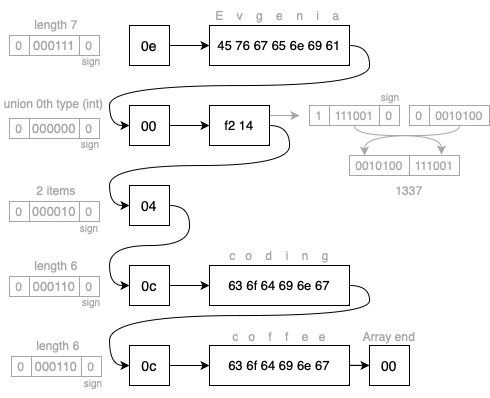
Genvekt/data-encoding-techniques keeps this draw.io diagram as images/avro.png. Above is the earlier version. Source tidied: cells renumbered, new cells last; positions are measured from the earlier drawing's top-left corner, leaving out a move shared by most shapes.
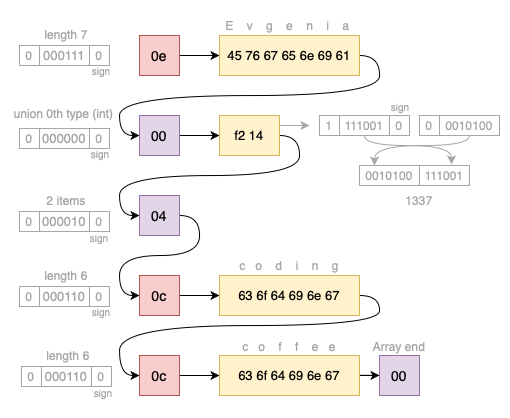
After the change.

Change to the diagram source:
```diff
@@ -5,13 +5,13 @@
     <mxCell id="2" style="edgeStyle=orthogonalEdgeStyle;rounded=0;jettySize=auto;html=1;" parent="1" edge="1" source="3" target="5">
       <mxGeometry relative="1" as="geometry" />
     </mxCell>
-    <mxCell id="3" value="&lt;font style=&quot;font-size: 14px;&quot;&gt;0e&lt;/font&gt;" style="rounded=0;whiteSpace=wrap;html=1;" parent="1" vertex="1">
+    <mxCell id="3" value="&lt;font style=&quot;font-size: 14px;&quot;&gt;0e&lt;/font&gt;" style="rounded=0;whiteSpace=wrap;html=1;fillColor=#f8cecc;strokeColor=#b85450;" parent="1" vertex="1">
       <mxGeometry x="128" y="25" width="40" height="40" as="geometry" />
     </mxCell>
     <mxCell id="4" style="edgeStyle=orthogonalEdgeStyle;rounded=0;jettySize=auto;html=1;entryX=0;entryY=0.5;entryDx=0;entryDy=0;exitX=1;exitY=0.5;exitDx=0;exitDy=0;curved=1;" parent="1" edge="1" source="5" target="8">
       <mxGeometry relative="1" as="geometry" />
     </mxCell>
-    <mxCell id="5" value="&lt;pre style=&quot;border-color: var(--border-color); text-align: start; color: rgb(169, 183, 198); font-family: &amp;quot;JetBrains Mono&amp;quot;, monospace; font-size: 9.8pt;&quot;&gt;&lt;pre style=&quot;border-color: var(--border-color); caret-color: rgb(0, 0, 0); color: rgb(0, 0, 0); font-size: 9.8pt;&quot;&gt;&lt;pre style=&quot;border-color: var(--border-color); font-size: 9.8pt;&quot;&gt;&lt;font style=&quot;border-color: var(--border-color);&quot; face=&quot;Helvetica&quot;&gt;45 76 67 65 6e 69 61&lt;/font&gt;&lt;/pre&gt;&lt;/pre&gt;&lt;/pre&gt;" style="rounded=0;whiteSpace=wrap;html=1;" parent="1" vertex="1">
+    <mxCell id="5" value="&lt;pre style=&quot;border-color: var(--border-color); text-align: start; color: rgb(169, 183, 198); font-family: &amp;quot;JetBrains Mono&amp;quot;, monospace; font-size: 9.8pt;&quot;&gt;&lt;pre style=&quot;border-color: var(--border-color); caret-color: rgb(0, 0, 0); color: rgb(0, 0, 0); font-size: 9.8pt;&quot;&gt;&lt;pre style=&quot;border-color: var(--border-color); font-size: 9.8pt;&quot;&gt;&lt;font style=&quot;border-color: var(--border-color);&quot; face=&quot;Helvetica&quot;&gt;45 76 67 65 6e 69 61&lt;/font&gt;&lt;/pre&gt;&lt;/pre&gt;&lt;/pre&gt;" style="rounded=0;whiteSpace=wrap;html=1;fillColor=#fff2cc;strokeColor=#d6b656;" parent="1" vertex="1">
       <mxGeometry x="208" y="25" width="140" height="40" as="geometry" />
     </mxCell>
     <mxCell id="6" value="&lt;font color=&quot;#a6a6a6&quot;&gt;E &amp;nbsp; &amp;nbsp;v &amp;nbsp; &amp;nbsp;g &amp;nbsp; &amp;nbsp;e &amp;nbsp; &amp;nbsp;n &amp;nbsp; &amp;nbsp;i &amp;nbsp; &amp;nbsp;a&amp;nbsp;&lt;/font&gt;" style="text;html=1;strokeColor=none;fillColor=none;align=center;verticalAlign=middle;whiteSpace=wrap;rounded=0;" parent="1" vertex="1">
@@ -20,7 +20,7 @@
     <mxCell id="7" style="edgeStyle=orthogonalEdgeStyle;rounded=0;jettySize=auto;html=1;entryX=0;entryY=0.5;entryDx=0;entryDy=0;" parent="1" edge="1" source="8" target="11">
       <mxGeometry relative="1" as="geometry" />
     </mxCell>
-    <mxCell id="8" value="&lt;font style=&quot;font-size: 14px;&quot;&gt;00&lt;/font&gt;" style="rounded=0;whiteSpace=wrap;html=1;" parent="1" vertex="1">
+    <mxCell id="8" value="&lt;font style=&quot;font-size: 14px;&quot;&gt;00&lt;/font&gt;" style="rounded=0;whiteSpace=wrap;html=1;fillColor=#e1d5e7;strokeColor=#9673a6;" parent="1" vertex="1">
       <mxGeometry x="128" y="105" width="40" height="40" as="geometry" />
     </mxCell>
     <mxCell id="9" style="edgeStyle=orthogonalEdgeStyle;rounded=0;jettySize=auto;html=1;strokeColor=#A6A6A6;exitX=1;exitY=0.25;exitDx=0;exitDy=0;" parent="1" edge="1" source="11">
@@ -31,19 +31,19 @@
     <mxCell id="10" style="edgeStyle=orthogonalEdgeStyle;rounded=0;jettySize=auto;html=1;exitX=1;exitY=0.5;exitDx=0;exitDy=0;entryX=0;entryY=0.5;entryDx=0;entryDy=0;curved=1;" parent="1" edge="1" source="11" target="13">
       <mxGeometry relative="1" as="geometry" />
     </mxCell>
-    <mxCell id="11" value="&lt;pre style=&quot;border-color: var(--border-color); text-align: start; color: rgb(169, 183, 198); font-family: &amp;quot;JetBrains Mono&amp;quot;, monospace; font-size: 9.8pt;&quot;&gt;&lt;pre style=&quot;border-color: var(--border-color); caret-color: rgb(0, 0, 0); color: rgb(0, 0, 0); font-size: 9.8pt;&quot;&gt;&lt;pre style=&quot;border-color: var(--border-color); font-size: 9.8pt;&quot;&gt;&lt;font style=&quot;border-color: var(--border-color);&quot; face=&quot;Helvetica&quot;&gt;f2 14&lt;/font&gt;&lt;/pre&gt;&lt;/pre&gt;&lt;/pre&gt;" style="rounded=0;whiteSpace=wrap;html=1;" parent="1" vertex="1">
+    <mxCell id="11" value="&lt;pre style=&quot;border-color: var(--border-color); text-align: start; color: rgb(169, 183, 198); font-family: &amp;quot;JetBrains Mono&amp;quot;, monospace; font-size: 9.8pt;&quot;&gt;&lt;pre style=&quot;border-color: var(--border-color); caret-color: rgb(0, 0, 0); color: rgb(0, 0, 0); font-size: 9.8pt;&quot;&gt;&lt;pre style=&quot;border-color: var(--border-color); font-size: 9.8pt;&quot;&gt;&lt;font style=&quot;border-color: var(--border-color);&quot; face=&quot;Helvetica&quot;&gt;f2 14&lt;/font&gt;&lt;/pre&gt;&lt;/pre&gt;&lt;/pre&gt;" style="rounded=0;whiteSpace=wrap;html=1;fillColor=#fff2cc;strokeColor=#d6b656;" parent="1" vertex="1">
       <mxGeometry x="208" y="105" width="60" height="40" as="geometry" />
     </mxCell>
     <mxCell id="12" style="edgeStyle=orthogonalEdgeStyle;rounded=0;jettySize=auto;html=1;entryX=0;entryY=0.5;entryDx=0;entryDy=0;exitX=1;exitY=0.5;exitDx=0;exitDy=0;curved=1;" parent="1" edge="1" source="13" target="15">
       <mxGeometry relative="1" as="geometry" />
     </mxCell>
-    <mxCell id="13" value="&lt;span style=&quot;font-size: 14px;&quot;&gt;04&lt;/span&gt;" style="rounded=0;whiteSpace=wrap;html=1;" parent="1" vertex="1">
+    <mxCell id="13" value="&lt;span style=&quot;font-size: 14px;&quot;&gt;04&lt;/span&gt;" style="rounded=0;whiteSpace=wrap;html=1;fillColor=#e1d5e7;strokeColor=#9673a6;" parent="1" vertex="1">
       <mxGeometry x="128" y="185" width="40" height="40" as="geometry" />
     </mxCell>
     <mxCell id="14" style="edgeStyle=orthogonalEdgeStyle;rounded=0;jettySize=auto;html=1;entryX=0;entryY=0.5;entryDx=0;entryDy=0;" parent="1" edge="1" source="15" target="17">
       <mxGeometry relative="1" as="geometry" />
     </mxCell>
-    <mxCell id="15" value="&lt;span style=&quot;font-size: 14px;&quot;&gt;0c&lt;/span&gt;" style="rounded=0;whiteSpace=wrap;html=1;" parent="1" vertex="1">
+    <mxCell id="15" value="&lt;span style=&quot;font-size: 14px;&quot;&gt;0c&lt;/span&gt;" style="rounded=0;whiteSpace=wrap;html=1;fillColor=#f8cecc;strokeColor=#b85450;" parent="1" vertex="1">
       <mxGeometry x="128" y="265" width="40" height="40" as="geometry" />
     </mxCell>
     <mxCell id="16" style="edgeStyle=orthogonalEdgeStyle;rounded=0;jettySize=auto;html=1;entryX=0;entryY=0.5;entryDx=0;entryDy=0;exitX=1;exitY=0.5;exitDx=0;exitDy=0;curved=1;" parent="1" edge="1" source="17" target="20">
@@ -56,7 +56,7 @@
         </Array>
       </mxGeometry>
     </mxCell>
-    <mxCell id="17" value="&lt;pre style=&quot;border-color: var(--border-color); text-align: start; color: rgb(169, 183, 198); font-family: &amp;quot;JetBrains Mono&amp;quot;, monospace; font-size: 9.8pt;&quot;&gt;&lt;pre style=&quot;border-color: var(--border-color); caret-color: rgb(0, 0, 0); color: rgb(0, 0, 0); font-size: 9.8pt;&quot;&gt;&lt;pre style=&quot;border-color: var(--border-color); font-size: 9.8pt;&quot;&gt;&lt;font style=&quot;border-color: var(--border-color);&quot; face=&quot;Helvetica&quot;&gt;63 6f 64 69 6e 67&lt;br style=&quot;border-color: var(--border-color);&quot;&gt;&lt;/font&gt;&lt;/pre&gt;&lt;/pre&gt;&lt;/pre&gt;" style="rounded=0;whiteSpace=wrap;html=1;" parent="1" vertex="1">
+    <mxCell id="17" value="&lt;pre style=&quot;border-color: var(--border-color); text-align: start; color: rgb(169, 183, 198); font-family: &amp;quot;JetBrains Mono&amp;quot;, monospace; font-size: 9.8pt;&quot;&gt;&lt;pre style=&quot;border-color: var(--border-color); caret-color: rgb(0, 0, 0); color: rgb(0, 0, 0); font-size: 9.8pt;&quot;&gt;&lt;pre style=&quot;border-color: var(--border-color); font-size: 9.8pt;&quot;&gt;&lt;font style=&quot;border-color: var(--border-color);&quot; face=&quot;Helvetica&quot;&gt;63 6f 64 69 6e 67&lt;br style=&quot;border-color: var(--border-color);&quot;&gt;&lt;/font&gt;&lt;/pre&gt;&lt;/pre&gt;&lt;/pre&gt;" style="rounded=0;whiteSpace=wrap;html=1;fillColor=#fff2cc;strokeColor=#d6b656;" parent="1" vertex="1">
       <mxGeometry x="208" y="265" width="140" height="40" as="geometry" />
     </mxCell>
     <mxCell id="18" value="&lt;font color=&quot;#a6a6a6&quot;&gt;c &amp;nbsp; o &amp;nbsp; &amp;nbsp;d &amp;nbsp; &amp;nbsp;i &amp;nbsp; &amp;nbsp;n &amp;nbsp; &amp;nbsp;g&lt;/font&gt;" style="text;html=1;strokeColor=none;fillColor=none;align=center;verticalAlign=middle;whiteSpace=wrap;rounded=0;" parent="1" vertex="1">
@@ -65,19 +65,19 @@
     <mxCell id="19" style="edgeStyle=orthogonalEdgeStyle;rounded=0;jettySize=auto;html=1;entryX=0;entryY=0.5;entryDx=0;entryDy=0;" parent="1" edge="1" source="20" target="22">
       <mxGeometry relative="1" as="geometry" />
     </mxCell>
-    <mxCell id="20" value="&lt;span style=&quot;font-size: 14px;&quot;&gt;0c&lt;/span&gt;" style="rounded=0;whiteSpace=wrap;html=1;" parent="1" vertex="1">
+    <mxCell id="20" value="&lt;span style=&quot;font-size: 14px;&quot;&gt;0c&lt;/span&gt;" style="rounded=0;whiteSpace=wrap;html=1;fillColor=#f8cecc;strokeColor=#b85450;" parent="1" vertex="1">
       <mxGeometry x="128" y="345" width="40" height="40" as="geometry" />
     </mxCell>
     <mxCell id="21" style="edgeStyle=orthogonalEdgeStyle;rounded=0;jettySize=auto;html=1;" parent="1" edge="1" source="22" target="24">
       <mxGeometry relative="1" as="geometry" />
     </mxCell>
-    <mxCell id="22" value="&lt;pre style=&quot;border-color: var(--border-color); text-align: start; color: rgb(169, 183, 198); font-family: &amp;quot;JetBrains Mono&amp;quot;, monospace; font-size: 9.8pt;&quot;&gt;&lt;pre style=&quot;border-color: var(--border-color); caret-color: rgb(0, 0, 0); color: rgb(0, 0, 0); font-size: 9.8pt;&quot;&gt;&lt;pre style=&quot;border-color: var(--border-color); font-size: 9.8pt;&quot;&gt;&lt;font style=&quot;border-color: var(--border-color);&quot; face=&quot;Helvetica&quot;&gt;63 6f 64 69 6e 67&lt;br style=&quot;border-color: var(--border-color);&quot;&gt;&lt;/font&gt;&lt;/pre&gt;&lt;/pre&gt;&lt;/pre&gt;" style="rounded=0;whiteSpace=wrap;html=1;" parent="1" vertex="1">
+    <mxCell id="22" value="&lt;pre style=&quot;border-color: var(--border-color); text-align: start; color: rgb(169, 183, 198); font-family: &amp;quot;JetBrains Mono&amp;quot;, monospace; font-size: 9.8pt;&quot;&gt;&lt;pre style=&quot;border-color: var(--border-color); caret-color: rgb(0, 0, 0); color: rgb(0, 0, 0); font-size: 9.8pt;&quot;&gt;&lt;pre style=&quot;border-color: var(--border-color); font-size: 9.8pt;&quot;&gt;&lt;font style=&quot;border-color: var(--border-color);&quot; face=&quot;Helvetica&quot;&gt;63 6f 64 69 6e 67&lt;br style=&quot;border-color: var(--border-color);&quot;&gt;&lt;/font&gt;&lt;/pre&gt;&lt;/pre&gt;&lt;/pre&gt;" style="rounded=0;whiteSpace=wrap;html=1;fillColor=#fff2cc;strokeColor=#d6b656;" parent="1" vertex="1">
       <mxGeometry x="208" y="345" width="140" height="40" as="geometry" />
     </mxCell>
     <mxCell id="23" value="&lt;font color=&quot;#a6a6a6&quot;&gt;c &amp;nbsp; o &amp;nbsp; &amp;nbsp;f &amp;nbsp; &amp;nbsp;f &amp;nbsp; &amp;nbsp;e &amp;nbsp; e&lt;/font&gt;" style="text;html=1;strokeColor=none;fillColor=none;align=center;verticalAlign=middle;whiteSpace=wrap;rounded=0;" parent="1" vertex="1">
       <mxGeometry x="208" y="321" width="140" height="30" as="geometry" />
     </mxCell>
-    <mxCell id="24" value="&lt;span style=&quot;font-size: 14px;&quot;&gt;00&lt;/span&gt;" style="rounded=0;whiteSpace=wrap;html=1;" parent="1" vertex="1">
+    <mxCell id="24" value="&lt;span style=&quot;font-size: 14px;&quot;&gt;00&lt;/span&gt;" style="rounded=0;whiteSpace=wrap;html=1;fillColor=#e1d5e7;strokeColor=#9673a6;" parent="1" vertex="1">
       <mxGeometry x="368" y="345" width="40" height="40" as="geometry" />
     </mxCell>
     <mxCell id="25" value="1" style="rounded=0;whiteSpace=wrap;html=1;strokeColor=#A6A6A6;fontColor=#A6A6A6;" parent="1" vertex="1">
```
